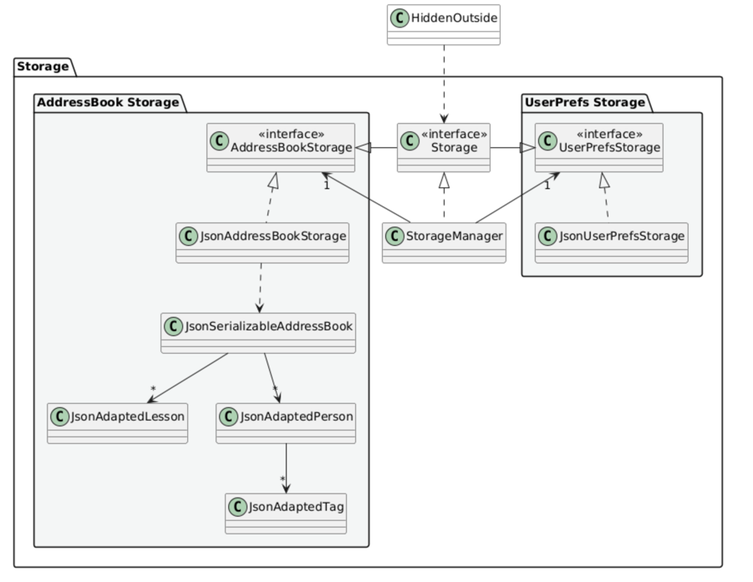
AY2526S1-CS2103T-W08-3/tp keeps this PlantUML diagram as docs/images/StorageClassDiagram.png. Above is the earlier version. Its source is kept beside it as docs/diagrams/StorageClassDiagram.puml.
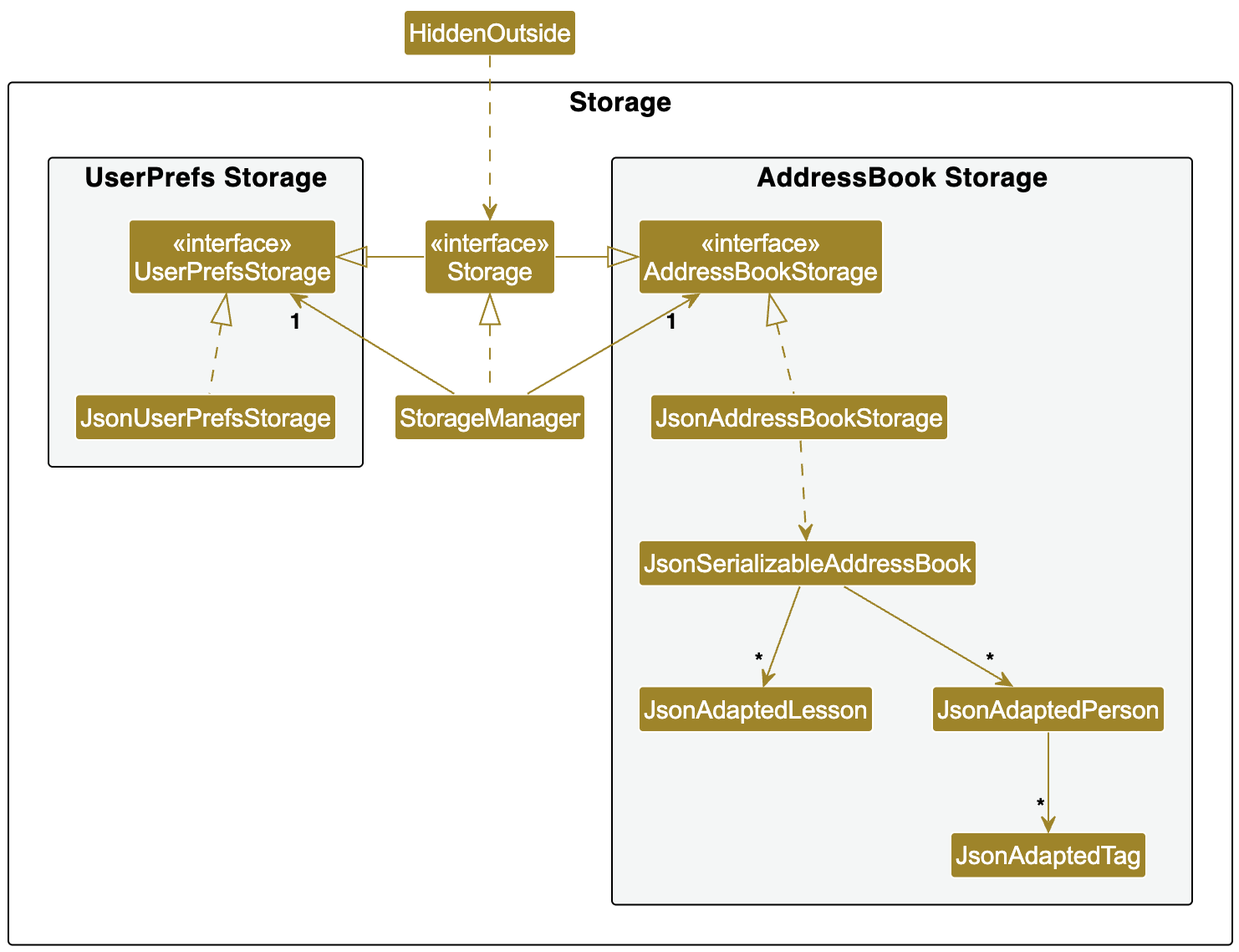
The same file after the commit.

What changed in the source:
```diff
@@ -25,7 +25,7 @@
 
 }
 
-Class HiddenOutside #FFFFFF
+Class HiddenOutside
 HiddenOutside ..> Storage
 
 StorageManager .up.|> Storage
```
